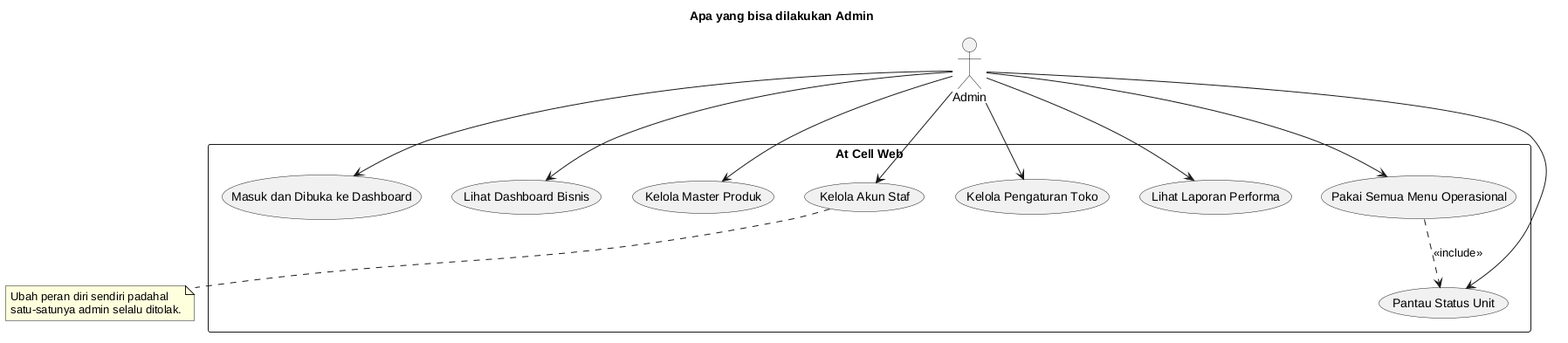
Earlier version of the PlantUML export docs/diagram-uml/usecase/usecase-admin.png (neiaki/KP).
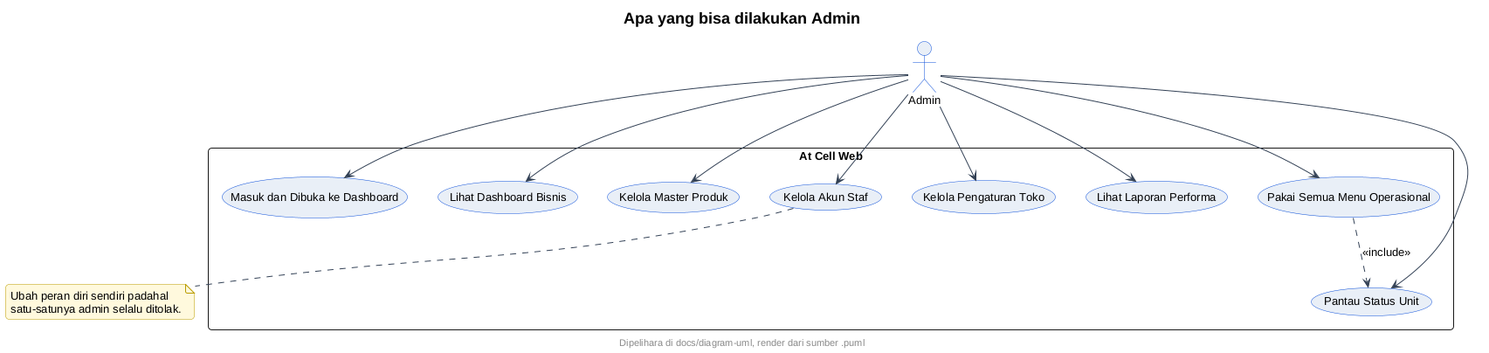
After the change.

Change to the diagram source:
```diff
@@ -1,4 +1,5 @@
 @startuml
+!include style-atcell.iuml
 title Apa yang bisa dilakukan Admin
 actor Admin as A
 rectangle "At Cell Web" {
```
